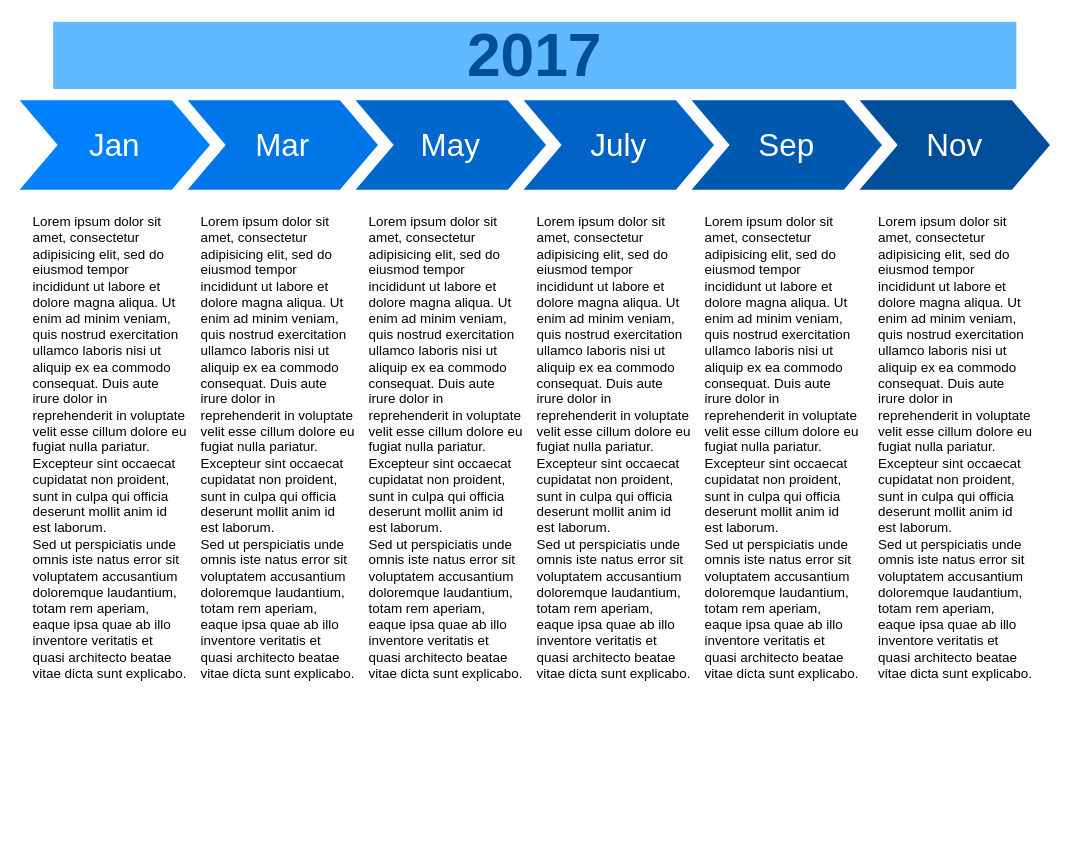
Above: Untitled Diagram.drawio in ShayanBits/BT-diagams (draw.io), before the change. Source tidied: cells renumbered, new cells numbered last; positions are measured from the earlier drawing's top-left corner, leaving out a move shared by most shapes. Both pictures are drawn from the tidied source at 112%, with x=0, y=0 at pixel (19, 21).
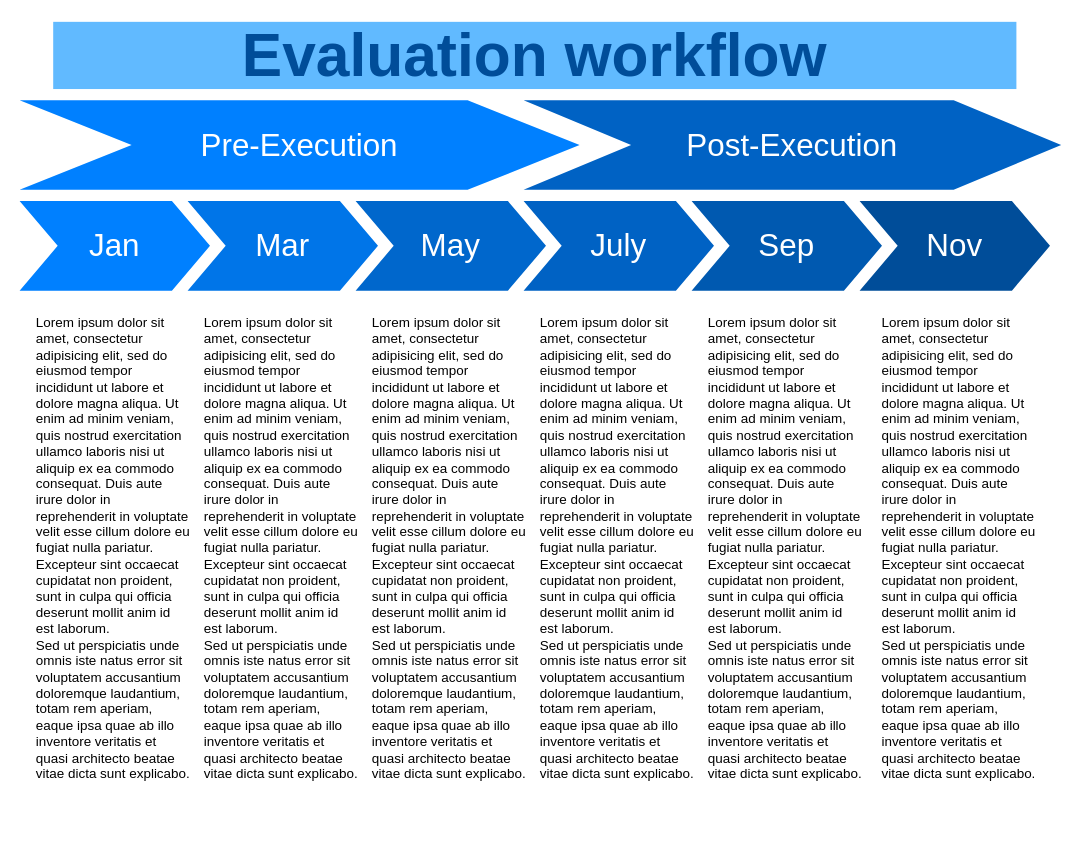
The same page after the edit.

The edit, as a diff of the source:
```diff
@@
 <mxGraphModel background="#ffffff">
   <root>
     <mxCell id="0" />
     <mxCell id="1" parent="0" />
-    <mxCell id="2" value="Jan" style="shape=step;whiteSpace=wrap;html=1;fontSize=28;fillColor=#0080FF;fontColor=#FFFFFF;strokeColor=none;" parent="1" vertex="1">
-      <mxGeometry y="70" width="170" height="80" as="geometry" />
+    <mxCell id="2" value="Pre-Execution" style="shape=step;whiteSpace=wrap;html=1;fontSize=28;fillColor=#0080FF;fontColor=#FFFFFF;strokeColor=none;" parent="1" vertex="1">
+      <mxGeometry y="70" width="500" height="80" as="geometry" />
     </mxCell>
-    <mxCell id="3" value="Mar" style="shape=step;whiteSpace=wrap;html=1;fontSize=28;fillColor=#0075E8;fontColor=#FFFFFF;strokeColor=none;" parent="1" vertex="1">
-      <mxGeometry x="150" y="70" width="170" height="80" as="geometry" />
-    </mxCell>
-    <mxCell id="4" value="May" style="shape=step;whiteSpace=wrap;html=1;fontSize=28;fillColor=#0067CC;fontColor=#FFFFFF;strokeColor=none;" parent="1" vertex="1">
-      <mxGeometry x="300" y="70" width="170" height="80" as="geometry" />
-    </mxCell>
-    <mxCell id="5" value="July" style="shape=step;whiteSpace=wrap;html=1;fontSize=28;fillColor=#0062C4;fontColor=#FFFFFF;strokeColor=none;" parent="1" vertex="1">
-      <mxGeometry x="450" y="70" width="170" height="80" as="geometry" />
+    <mxCell id="5" value="Post-Execution" style="shape=step;whiteSpace=wrap;html=1;fontSize=28;fillColor=#0062C4;fontColor=#FFFFFF;strokeColor=none;" parent="1" vertex="1">
+      <mxGeometry x="450" y="70" width="480" height="80" as="geometry" />
     </mxCell>
-    <mxCell id="6" value="Sep" style="shape=step;whiteSpace=wrap;html=1;fontSize=28;fillColor=#0059B0;fontColor=#FFFFFF;strokeColor=none;" parent="1" vertex="1">
-      <mxGeometry x="600" y="70" width="170" height="80" as="geometry" />
-    </mxCell>
-    <mxCell id="7" value="Nov" style="shape=step;whiteSpace=wrap;html=1;fontSize=28;fillColor=#004D99;fontColor=#FFFFFF;strokeColor=none;" parent="1" vertex="1">
-      <mxGeometry x="750" y="70" width="170" height="80" as="geometry" />
-    </mxCell>
-    <mxCell id="8" value="2017" style="text;html=1;strokeColor=none;fillColor=#61BAFF;align=center;verticalAlign=middle;whiteSpace=wrap;fontSize=54;fontStyle=1;fontColor=#004D99;" parent="1" vertex="1">
+    <mxCell id="8" value="Evaluation workflow" style="text;html=1;strokeColor=none;fillColor=#61BAFF;align=center;verticalAlign=middle;whiteSpace=wrap;fontSize=54;fontStyle=1;fontColor=#004D99;" parent="1" vertex="1">
       <mxGeometry x="30" width="860" height="60" as="geometry" />
     </mxCell>
     <mxCell id="9" value="Lorem ipsum dolor sit amet, consectetur adipisicing elit, sed do eiusmod tempor incididunt ut labore et dolore magna aliqua. Ut enim ad minim veniam, quis nostrud exercitation ullamco laboris nisi ut aliquip ex ea commodo consequat. Duis aute irure dolor in reprehenderit in voluptate velit esse cillum dolore eu fugiat nulla pariatur. Excepteur sint occaecat cupidatat non proident, sunt in culpa qui officia deserunt mollit anim id est laborum.&lt;br&gt;Sed ut perspiciatis unde omnis iste natus error sit voluptatem accusantium doloremque laudantium, totam rem aperiam, eaque ipsa quae ab illo inventore veritatis et quasi architecto beatae vitae dicta sunt explicabo." style="text;spacingTop=-5;fillColor=#ffffff;whiteSpace=wrap;html=1;align=left;fontSize=12;fontFamily=Helvetica;fillColor=none;strokeColor=none;" parent="1" vertex="1">
-      <mxGeometry x="10" y="170" width="140" height="470" as="geometry" />
+      <mxGeometry x="13" y="260" width="140" height="470" as="geometry" />
     </mxCell>
     <mxCell id="10" value="Lorem ipsum dolor sit amet, consectetur adipisicing elit, sed do eiusmod tempor incididunt ut labore et dolore magna aliqua. Ut enim ad minim veniam, quis nostrud exercitation ullamco laboris nisi ut aliquip ex ea commodo consequat. Duis aute irure dolor in reprehenderit in voluptate velit esse cillum dolore eu fugiat nulla pariatur. Excepteur sint occaecat cupidatat non proident, sunt in culpa qui officia deserunt mollit anim id est laborum.&lt;br&gt;Sed ut perspiciatis unde omnis iste natus error sit voluptatem accusantium doloremque laudantium, totam rem aperiam, eaque ipsa quae ab illo inventore veritatis et quasi architecto beatae vitae dicta sunt explicabo." style="text;spacingTop=-5;fillColor=#ffffff;whiteSpace=wrap;html=1;align=left;fontSize=12;fontFamily=Helvetica;fillColor=none;strokeColor=none;" parent="1" vertex="1">
-      <mxGeometry x="160" y="170" width="140" height="470" as="geometry" />
+      <mxGeometry x="163" y="260" width="140" height="470" as="geometry" />
     </mxCell>
     <mxCell id="11" value="Lorem ipsum dolor sit amet, consectetur adipisicing elit, sed do eiusmod tempor incididunt ut labore et dolore magna aliqua. Ut enim ad minim veniam, quis nostrud exercitation ullamco laboris nisi ut aliquip ex ea commodo consequat. Duis aute irure dolor in reprehenderit in voluptate velit esse cillum dolore eu fugiat nulla pariatur. Excepteur sint occaecat cupidatat non proident, sunt in culpa qui officia deserunt mollit anim id est laborum.&lt;br&gt;Sed ut perspiciatis unde omnis iste natus error sit voluptatem accusantium doloremque laudantium, totam rem aperiam, eaque ipsa quae ab illo inventore veritatis et quasi architecto beatae vitae dicta sunt explicabo." style="text;spacingTop=-5;fillColor=#ffffff;whiteSpace=wrap;html=1;align=left;fontSize=12;fontFamily=Helvetica;fillColor=none;strokeColor=none;" parent="1" vertex="1">
-      <mxGeometry x="310" y="170" width="140" height="470" as="geometry" />
+      <mxGeometry x="313" y="260" width="140" height="470" as="geometry" />
     </mxCell>
     <mxCell id="12" value="Lorem ipsum dolor sit amet, consectetur adipisicing elit, sed do eiusmod tempor incididunt ut labore et dolore magna aliqua. Ut enim ad minim veniam, quis nostrud exercitation ullamco laboris nisi ut aliquip ex ea commodo consequat. Duis aute irure dolor in reprehenderit in voluptate velit esse cillum dolore eu fugiat nulla pariatur. Excepteur sint occaecat cupidatat non proident, sunt in culpa qui officia deserunt mollit anim id est laborum.&lt;br&gt;Sed ut perspiciatis unde omnis iste natus error sit voluptatem accusantium doloremque laudantium, totam rem aperiam, eaque ipsa quae ab illo inventore veritatis et quasi architecto beatae vitae dicta sunt explicabo." style="text;spacingTop=-5;fillColor=#ffffff;whiteSpace=wrap;html=1;align=left;fontSize=12;fontFamily=Helvetica;fillColor=none;strokeColor=none;" parent="1" vertex="1">
-      <mxGeometry x="460" y="170" width="140" height="470" as="geometry" />
+      <mxGeometry x="463" y="260" width="140" height="470" as="geometry" />
     </mxCell>
     <mxCell id="13" value="Lorem ipsum dolor sit amet, consectetur adipisicing elit, sed do eiusmod tempor incididunt ut labore et dolore magna aliqua. Ut enim ad minim veniam, quis nostrud exercitation ullamco laboris nisi ut aliquip ex ea commodo consequat. Duis aute irure dolor in reprehenderit in voluptate velit esse cillum dolore eu fugiat nulla pariatur. Excepteur sint occaecat cupidatat non proident, sunt in culpa qui officia deserunt mollit anim id est laborum.&lt;br&gt;Sed ut perspiciatis unde omnis iste natus error sit voluptatem accusantium doloremque laudantium, totam rem aperiam, eaque ipsa quae ab illo inventore veritatis et quasi architecto beatae vitae dicta sunt explicabo." style="text;spacingTop=-5;fillColor=#ffffff;whiteSpace=wrap;html=1;align=left;fontSize=12;fontFamily=Helvetica;fillColor=none;strokeColor=none;" parent="1" vertex="1">
-      <mxGeometry x="610" y="170" width="140" height="470" as="geometry" />
+      <mxGeometry x="613" y="260" width="140" height="470" as="geometry" />
     </mxCell>
     <mxCell id="14" value="Lorem ipsum dolor sit amet, consectetur adipisicing elit, sed do eiusmod tempor incididunt ut labore et dolore magna aliqua. Ut enim ad minim veniam, quis nostrud exercitation ullamco laboris nisi ut aliquip ex ea commodo consequat. Duis aute irure dolor in reprehenderit in voluptate velit esse cillum dolore eu fugiat nulla pariatur. Excepteur sint occaecat cupidatat non proident, sunt in culpa qui officia deserunt mollit anim id est laborum.&lt;br&gt;Sed ut perspiciatis unde omnis iste natus error sit voluptatem accusantium doloremque laudantium, totam rem aperiam, eaque ipsa quae ab illo inventore veritatis et quasi architecto beatae vitae dicta sunt explicabo." style="text;spacingTop=-5;fillColor=#ffffff;whiteSpace=wrap;html=1;align=left;fontSize=12;fontFamily=Helvetica;fillColor=none;strokeColor=none;" parent="1" vertex="1">
-      <mxGeometry x="765" y="170" width="140" height="470" as="geometry" />
+      <mxGeometry x="768" y="260" width="140" height="470" as="geometry" />
     </mxCell>
+    <mxCell id="15" value="Jan" style="shape=step;whiteSpace=wrap;html=1;fontSize=28;fillColor=#0080FF;fontColor=#FFFFFF;strokeColor=none;" parent="1" vertex="1">
+      <mxGeometry y="160" width="170" height="80" as="geometry" />
+    </mxCell>
+    <mxCell id="3" value="Mar" style="shape=step;whiteSpace=wrap;html=1;fontSize=28;fillColor=#0075E8;fontColor=#FFFFFF;strokeColor=none;" parent="1" vertex="1">
+      <mxGeometry x="150" y="160" width="170" height="80" as="geometry" />
+    </mxCell>
+    <mxCell id="4" value="May" style="shape=step;whiteSpace=wrap;html=1;fontSize=28;fillColor=#0067CC;fontColor=#FFFFFF;strokeColor=none;" parent="1" vertex="1">
+      <mxGeometry x="300" y="160" width="170" height="80" as="geometry" />
+    </mxCell>
+    <mxCell id="16" value="July" style="shape=step;whiteSpace=wrap;html=1;fontSize=28;fillColor=#0062C4;fontColor=#FFFFFF;strokeColor=none;" parent="1" vertex="1">
+      <mxGeometry x="450" y="160" width="170" height="80" as="geometry" />
+    </mxCell>
+    <mxCell id="6" value="Sep" style="shape=step;whiteSpace=wrap;html=1;fontSize=28;fillColor=#0059B0;fontColor=#FFFFFF;strokeColor=none;" parent="1" vertex="1">
+      <mxGeometry x="600" y="160" width="170" height="80" as="geometry" />
+    </mxCell>
+    <mxCell id="7" value="Nov" style="shape=step;whiteSpace=wrap;html=1;fontSize=28;fillColor=#004D99;fontColor=#FFFFFF;strokeColor=none;" parent="1" vertex="1">
+      <mxGeometry x="750" y="160" width="170" height="80" as="geometry" />
+    </mxCell>
   </root>
 </mxGraphModel>
```
